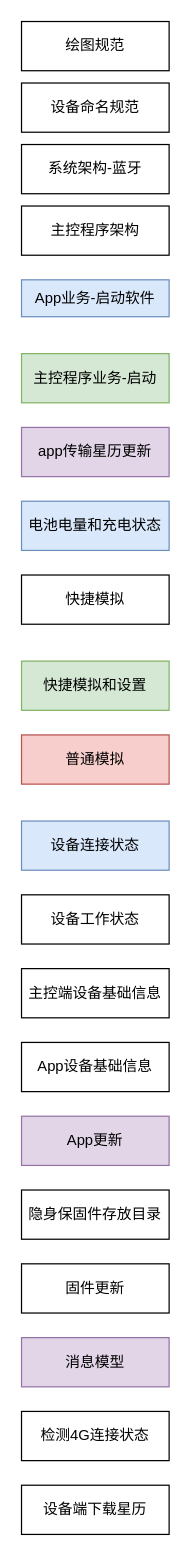
Earlier version of the draw.io diagram page "目录" (3 of 24) of 隐身保arm版-业务流程-V1.0-20221028-1.drawio (kyphoon/ysb_drawio_tree). Source tidied: cells renumbered, new cells numbered last; positions are measured from the earlier drawing's top-left corner, leaving out a move shared by most shapes. Both pictures are drawn from the tidied source at 123%, with x=0, y=0 at pixel (21, 21).
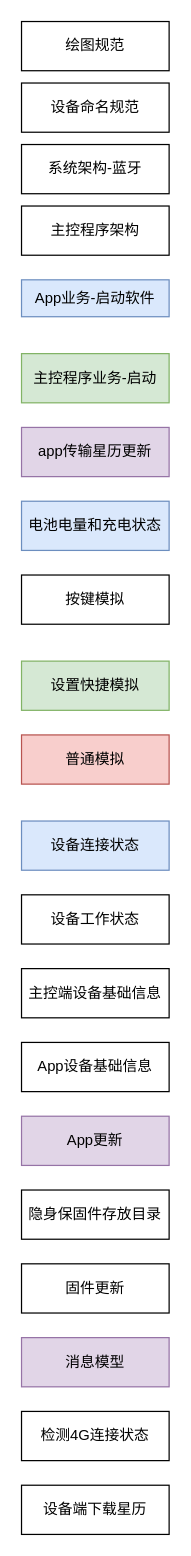
Above is the later version.

The edit, as a diff of the source:
```diff
@@
-    <mxCell id="7" value="快捷模拟" style="rounded=0;whiteSpace=wrap;html=1;" parent="1" vertex="1">
+    <mxCell id="7" value="按键模拟" style="rounded=0;whiteSpace=wrap;html=1;" parent="1" vertex="1">
       <mxGeometry y="450" width="120" height="40" as="geometry" />
     </mxCell>
-    <mxCell id="8" value="快捷模拟和设置" style="rounded=0;whiteSpace=wrap;html=1;fillColor=#d5e8d4;strokeColor=#82b366;" parent="1" vertex="1">
+    <mxCell id="8" value="设置快捷模拟" style="rounded=0;whiteSpace=wrap;html=1;fillColor=#d5e8d4;strokeColor=#82b366;" parent="1" vertex="1">
       <mxGeometry y="520" width="120" height="40" as="geometry" />
     </mxCell>
```
